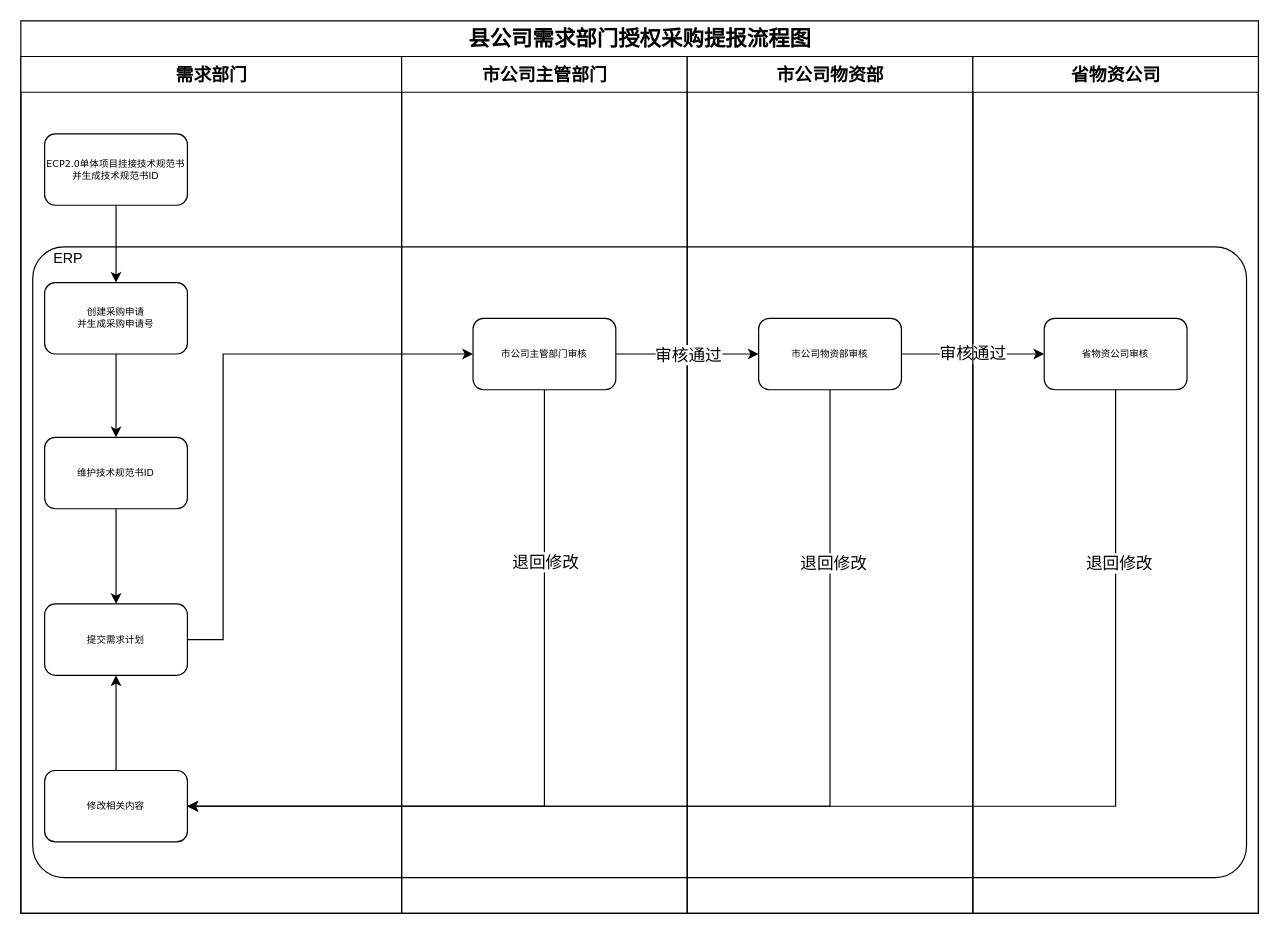
Above: 县公司提报流程.drawio in KongValley/hugo (draw.io), before the change. Source tidied: cells renumbered, new cells numbered last; positions are measured from the earlier drawing's top-left corner, leaving out a move shared by most shapes. Both pictures are drawn from the tidied source at 119%, with x=0, y=0 at pixel (20, 20).
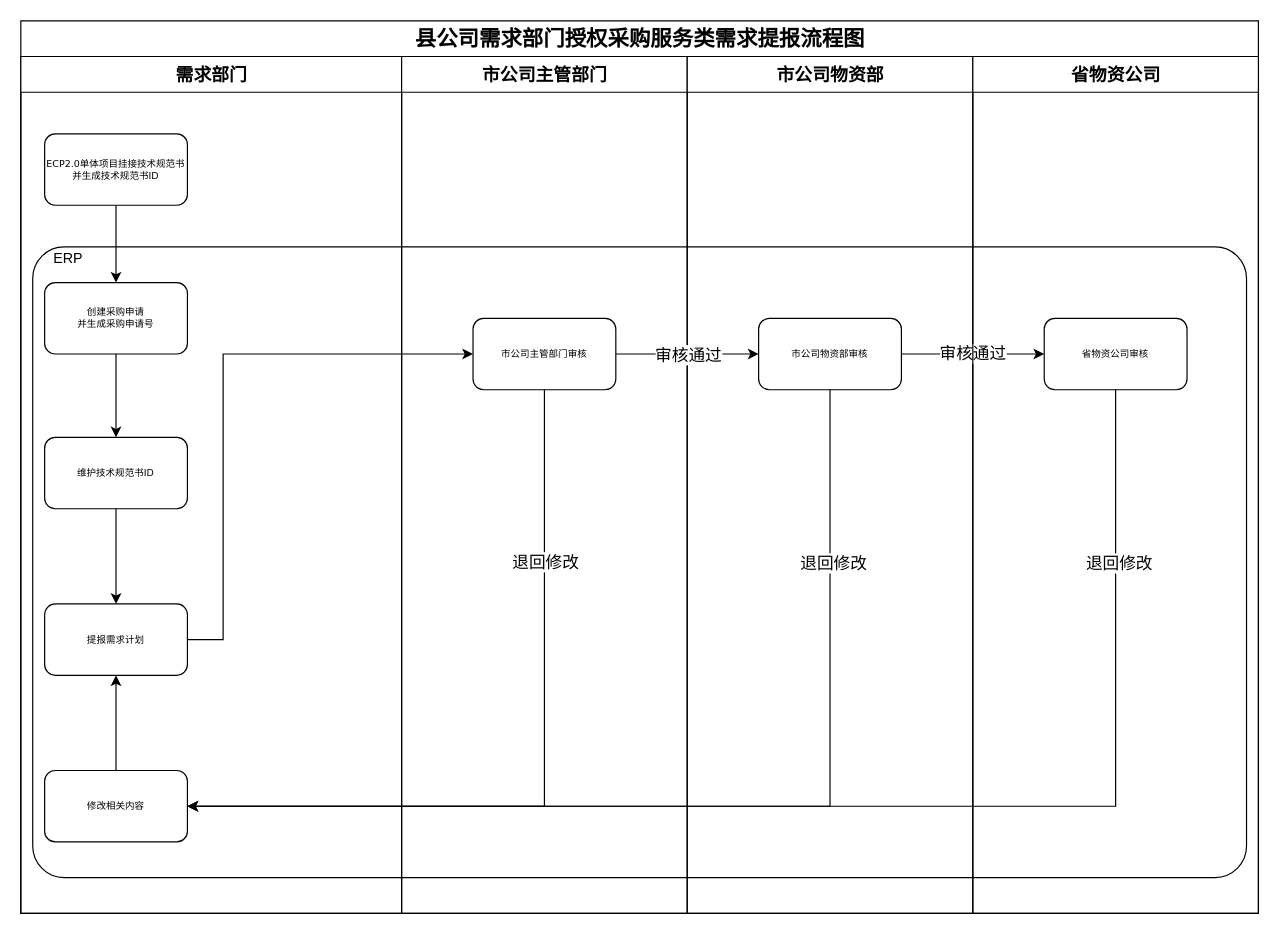
Above is the later version.

Commit message:
Update 县公司提报流程.drawio

What changed in the source:
```diff
@@
-    <mxCell id="3" value="&lt;font style=&quot;font-size: 18px;&quot;&gt;县公司需求部门授权采购提报流程图&lt;/font&gt;" style="swimlane;html=1;startSize=30;rounded=0;shadow=0;labelBackgroundColor=none;strokeWidth=1;fontFamily=Verdana;fontSize=18;align=center;" parent="1" vertex="1">
+    <mxCell id="3" value="&lt;font style=&quot;font-size: 18px&quot;&gt;县公司需求部门授权采购服务类需求提报流程图&lt;/font&gt;" style="swimlane;html=1;startSize=30;rounded=0;shadow=0;labelBackgroundColor=none;strokeWidth=1;fontFamily=Verdana;fontSize=18;align=center;" parent="1" vertex="1">
       <mxGeometry width="1040" height="750" as="geometry" />
     </mxCell>
@@
-    <mxCell id="21" value="提交需求计划" style="whiteSpace=wrap;html=1;rounded=1;shadow=0;fontFamily=Verdana;fontSize=8;strokeWidth=1;" parent="1" vertex="1">
+    <mxCell id="21" value="提报需求计划" style="whiteSpace=wrap;html=1;rounded=1;shadow=0;fontFamily=Verdana;fontSize=8;strokeWidth=1;" parent="1" vertex="1">
       <mxGeometry x="20" y="490" width="120" height="60" as="geometry" />
     </mxCell>
```
